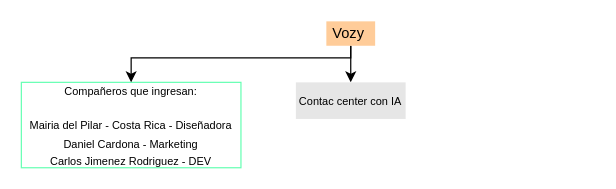
josemanuelep/my_dyagrams keeps this draw.io diagram as Untitled Diagram.drawio. Above is the earlier version. Source tidied: cells renumbered, new cells numbered last; positions are measured from the earlier drawing's top-left corner, leaving out a move shared by most shapes. Both pictures are drawn from the tidied source at 122%, with x=0, y=0 at pixel (21, 21).
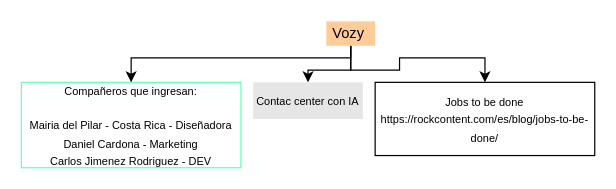
The same page after the edit.

The edit, as a diff of the source:
```diff
@@
 <mxGraphModel>
   <root>
     <mxCell id="0" />
     <mxCell id="1" parent="0" />
     <mxCell id="2" value="&lt;font style=&quot;font-size: 9px&quot;&gt;&lt;font&gt;Compañeros que ingresan:&lt;br&gt;&lt;br&gt;Mairia del Pilar - Costa Rica - Diseñadora&lt;br&gt;Daniel Cardona - Marketing&lt;br&gt;&lt;/font&gt;Carlos Jimenez Rodriguez - DEV&lt;/font&gt;" style="text;html=1;strokeColor=#66FFB3;fillColor=none;align=center;verticalAlign=middle;whiteSpace=wrap;rounded=0;" parent="1" vertex="1">
       <mxGeometry y="50" width="180" height="70" as="geometry" />
     </mxCell>
     <mxCell id="3" style="edgeStyle=orthogonalEdgeStyle;rounded=0;jettySize=auto;html=1;" parent="1" edge="1" source="5" target="6">
       <mxGeometry relative="1" as="geometry" />
     </mxCell>
     <mxCell id="4" style="edgeStyle=orthogonalEdgeStyle;rounded=0;jettySize=auto;html=1;exitX=0.5;exitY=1;exitDx=0;exitDy=0;" parent="1" edge="1" source="5" target="2">
       <mxGeometry relative="1" as="geometry">
         <Array as="points">
           <mxPoint x="270" y="30" />
           <mxPoint x="90" y="30" />
         </Array>
       </mxGeometry>
     </mxCell>
+    <mxCell id="7" style="edgeStyle=orthogonalEdgeStyle;rounded=0;jettySize=auto;html=1;" parent="1" edge="1" source="5" target="8">
+      <mxGeometry relative="1" as="geometry" />
+    </mxCell>
     <mxCell id="5" value="Vozy&amp;nbsp;" style="text;html=1;strokeColor=none;fillColor=#FFCC99;align=center;verticalAlign=middle;whiteSpace=wrap;rounded=0;" parent="1" vertex="1">
       <mxGeometry x="250" width="40" height="20" as="geometry" />
     </mxCell>
     <mxCell id="6" value="&lt;font style=&quot;font-size: 9px&quot;&gt;Contac center con IA&lt;/font&gt;" style="whiteSpace=wrap;html=1;rounded=0;strokeColor=none;fillColor=#E6E6E6;" parent="1" vertex="1">
-      <mxGeometry x="225" y="50" width="90" height="30" as="geometry" />
+      <mxGeometry x="190" y="50" width="90" height="30" as="geometry" />
     </mxCell>
+    <mxCell id="8" value="&lt;font style=&quot;font-size: 9px&quot;&gt;Jobs to be done&lt;br&gt;https://rockcontent.com/es/blog/jobs-to-be-done/&lt;/font&gt;" style="rounded=0;whiteSpace=wrap;html=1;" parent="1" vertex="1">
+      <mxGeometry x="290" y="50" width="180" height="60" as="geometry" />
+    </mxCell>
   </root>
 </mxGraphModel>
```
